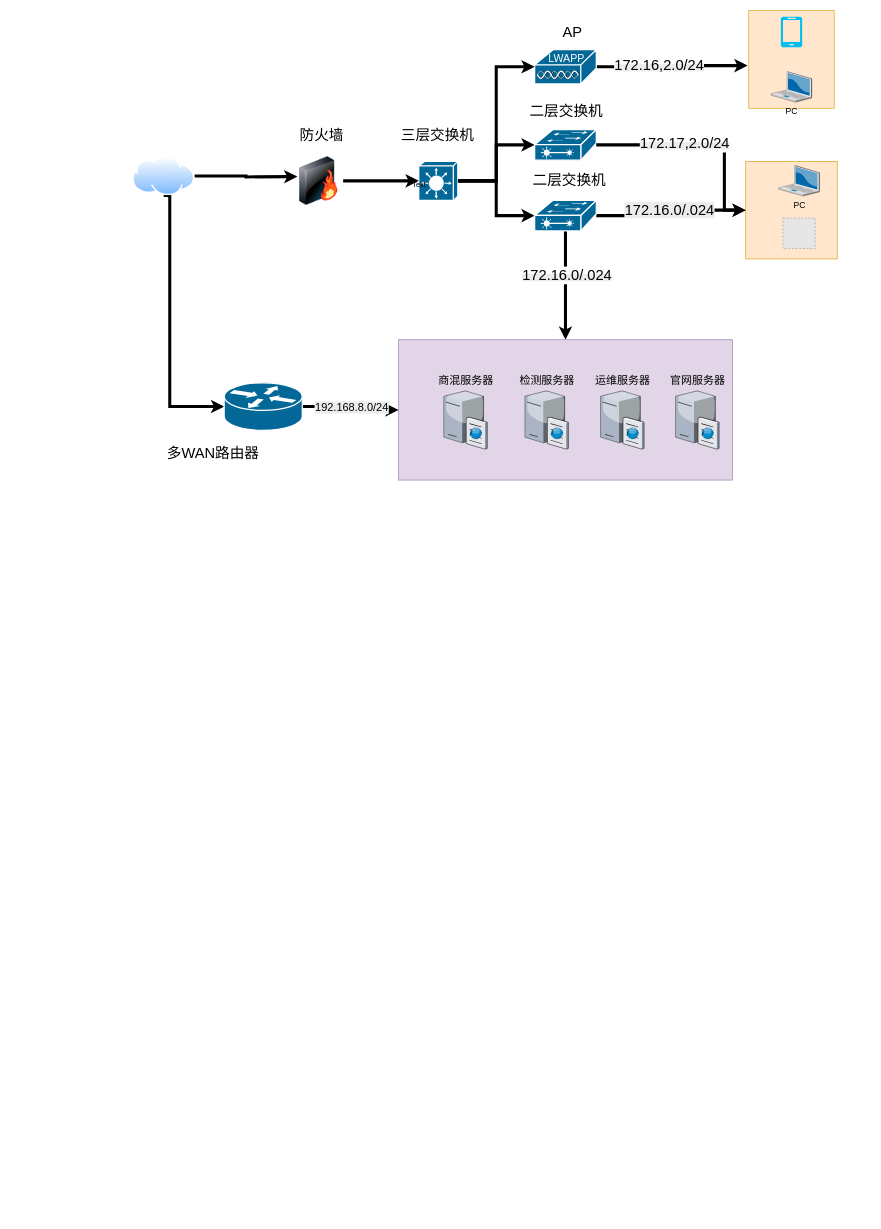
Above: 未命名绘图.drawio in NewStart2019/cardiac-segmentation (draw.io), before the change. Source tidied: cells renumbered, new cells numbered last; positions are measured from the earlier drawing's top-left corner, leaving out a move shared by most shapes. Both pictures are drawn from the tidied source at 61%, with x=0, y=0 at pixel (132, 10). Pictures stored in the file or linked from it are replaced by grey dashed boxes.
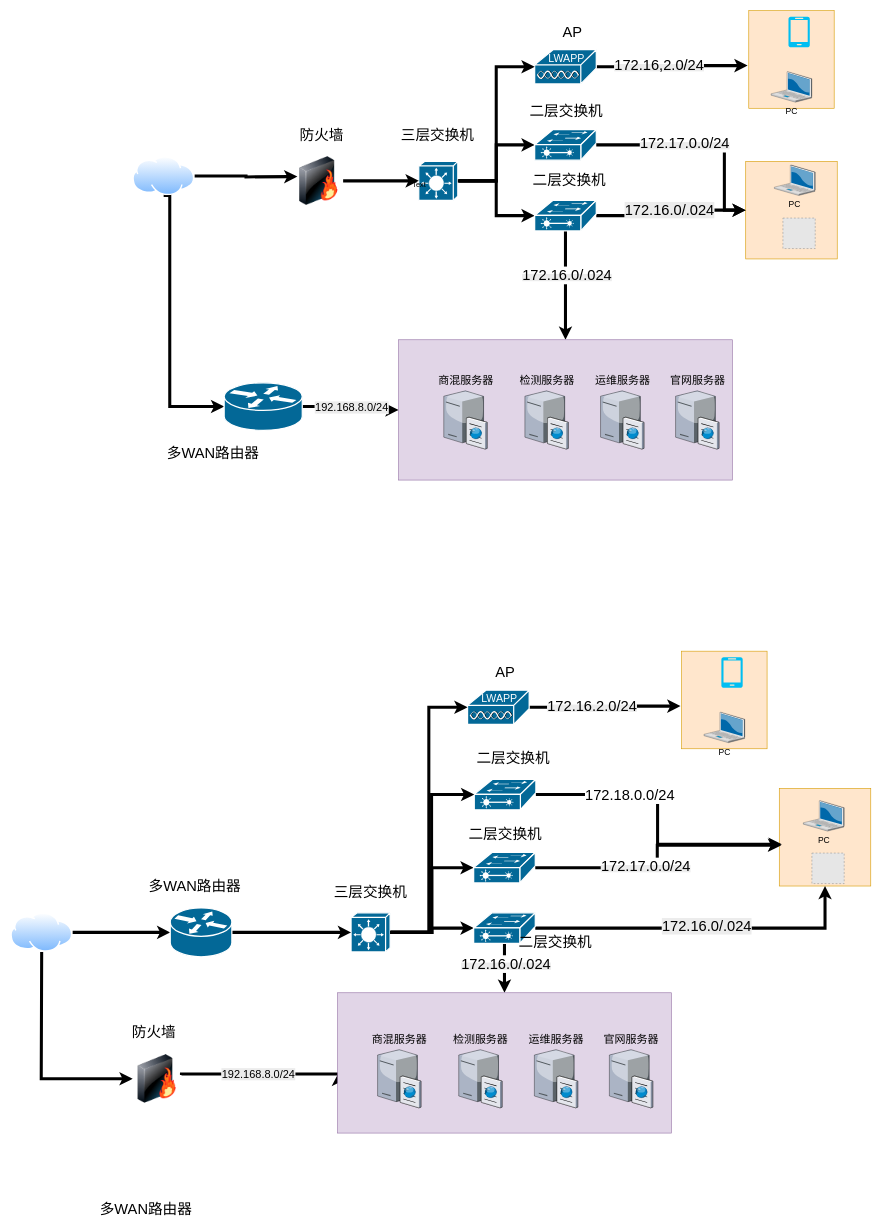
Above is the later version.

Unchanged cells that the change refers to:
```xml
<mxCell id="41" style="edgeStyle=orthogonalEdgeStyle;rounded=0;jettySize=auto;html=1;entryX=0;entryY=0.5;entryDx=0;entryDy=0;strokeWidth=5;" parent="1" edge="1" source="15" target="8">
  <mxGeometry relative="1" as="geometry">
    <Array as="points">
      <mxPoint x="970" y="220" />
      <mxPoint x="970" y="327" />
    </Array>
  </mxGeometry>
</mxCell>
```

Change to the diagram source:
```diff
@@
     <mxCell id="20" value="PC" style="verticalLabelPosition=bottom;html=1;verticalAlign=top;strokeColor=none;shape=mxgraph.citrix.laptop_2;fillColor=#66B2FF;gradientColor=#0066CC;fontSize=14;" parent="1" vertex="1">
-      <mxGeometry x="1059" y="254" width="67" height="50" as="geometry" />
+      <mxGeometry x="1051.9" y="253" width="67" height="50" as="geometry" />
     </mxCell>
@@
     <mxCell id="25" style="verticalLabelPosition=bottom;html=1;verticalAlign=top;align=center;strokeColor=none;fillColor=#00BEF2;shape=mxgraph.azure.mobile;fontSize=18;" parent="1" vertex="1">
-      <mxGeometry x="1062.5" y="10" width="35" height="50" as="geometry" />
+      <mxGeometry x="1075" y="10" width="35" height="50" as="geometry" />
     </mxCell>
@@
-    <mxCell id="42" value="&lt;span style=&quot;white-space: normal; background-color: rgb(236, 236, 236);&quot;&gt;&lt;font style=&quot;font-size: 24px;&quot;&gt;172.17,2.0/24&lt;/font&gt;&lt;/span&gt;" style="edgeLabel;html=1;align=center;verticalAlign=middle;" parent="41" vertex="1">
+    <mxCell id="42" value="&lt;span style=&quot;white-space: normal; background-color: rgb(236, 236, 236);&quot;&gt;&lt;font style=&quot;font-size: 24px;&quot;&gt;172.17.0.0/24&lt;/font&gt;&lt;/span&gt;" style="edgeLabel;html=1;align=center;verticalAlign=middle;" parent="41" vertex="1">
       <mxGeometry x="-0.18" y="3" relative="1" as="geometry" />
     </mxCell>
+    <mxCell id="43" style="edgeStyle=orthogonalEdgeStyle;rounded=0;jettySize=auto;html=1;strokeWidth=5;entryX=0;entryY=0.5;entryDx=0;entryDy=0;exitX=0.5;exitY=1;exitDx=0;exitDy=0;" parent="1" edge="1" source="44" target="50">
+      <mxGeometry relative="1" as="geometry">
+        <Array as="points">
+          <mxPoint x="-149.2" y="1549.1" />
+          <mxPoint x="-149.9" y="1870" />
+        </Array>
+      </mxGeometry>
+    </mxCell>
+    <mxCell id="44" style="perimeter=ellipsePerimeter;html=1;align=center;shadow=0;dashed=0;spacingTop=3;image;image=img/lib/active_directory/internet_cloud.svg;fontSize=18;" parent="1" vertex="1">
+      <mxGeometry x="-200" y="1479" width="101.6" height="64" as="geometry" />
+    </mxCell>
+    <mxCell id="45" style="edgeStyle=orthogonalEdgeStyle;rounded=0;jettySize=auto;html=1;entryX=-0.014;entryY=0.563;entryDx=0;entryDy=0;strokeWidth=5;exitX=1;exitY=0.5;exitDx=0;exitDy=0;exitPerimeter=0;entryPerimeter=0;" parent="1" edge="1" source="76" target="63">
+      <mxGeometry relative="1" as="geometry" />
+    </mxCell>
+    <mxCell id="46" value="&lt;span style=&quot;white-space: normal; background-color: rgb(236, 236, 236);&quot;&gt;&lt;font style=&quot;font-size: 24px;&quot;&gt;172.16.2.0/24&lt;/font&gt;&lt;/span&gt;" style="edgeLabel;html=1;align=center;verticalAlign=middle;" parent="45" vertex="1">
+      <mxGeometry x="-0.18" y="3" relative="1" as="geometry" />
+    </mxCell>
+    <mxCell id="47" style="edgeStyle=orthogonalEdgeStyle;rounded=0;jettySize=auto;html=1;strokeWidth=5;entryX=0;entryY=0.5;entryDx=0;entryDy=0;entryPerimeter=0;" parent="1" edge="1" source="44" target="69">
+      <mxGeometry relative="1" as="geometry">
+        <Array as="points">
+          <mxPoint x="30" y="1511" />
+          <mxPoint x="30" y="1511" />
+        </Array>
+      </mxGeometry>
+    </mxCell>
+    <mxCell id="48" value="&lt;span style=&quot;font-size: 24px;&quot;&gt;防火墙&lt;/span&gt;" style="text;html=1;whiteSpace=wrap;strokeColor=none;fillColor=none;align=center;verticalAlign=middle;rounded=0;" parent="1" vertex="1">
+      <mxGeometry x="-10" y="1660" width="90" height="30" as="geometry" />
+    </mxCell>
+    <mxCell id="49" style="whiteSpace=wrap;html=1;fillColor=#ffe6cc;strokeColor=#d79b00;" parent="1" vertex="1">
+      <mxGeometry x="1060" y="1275" width="150" height="160" as="geometry" />
+    </mxCell>
+    <mxCell id="50" style="image;html=1;image=img/lib/clip_art/networking/Firewall-page1_128x128.png;" parent="1" vertex="1">
+      <mxGeometry y="1711" width="80" height="80" as="geometry" />
+    </mxCell>
+    <mxCell id="51" style="edgeStyle=orthogonalEdgeStyle;rounded=0;jettySize=auto;html=1;entryX=0;entryY=0.5;entryDx=0;entryDy=0;entryPerimeter=0;strokeWidth=5;" parent="1" edge="1" source="53" target="56">
+      <mxGeometry relative="1" as="geometry" />
+    </mxCell>
+    <mxCell id="52" style="edgeStyle=orthogonalEdgeStyle;rounded=0;jettySize=auto;html=1;strokeWidth=5;" parent="1" edge="1" source="53" target="59">
+      <mxGeometry relative="1" as="geometry" />
+    </mxCell>
+    <mxCell id="53" style="strokeColor=#ffffff;sketch=0;html=1;dashed=0;fillColor=#036897;strokeWidth=2;verticalLabelPosition=bottom;verticalAlign=top;align=center;outlineConnect=0;shape=mxgraph.cisco.switches.layer_3_switch;" parent="1" vertex="1">
+      <mxGeometry x="358" y="1479" width="64" height="64" as="geometry" />
+    </mxCell>
+    <mxCell id="54" style="edgeStyle=orthogonalEdgeStyle;rounded=0;jettySize=auto;html=1;strokeWidth=5;" parent="1" edge="1" source="59" target="49">
+      <mxGeometry relative="1" as="geometry" />
+    </mxCell>
+    <mxCell id="55" value="&lt;span style=&quot;font-size: 24px; white-space: normal; background-color: rgb(236, 236, 236);&quot;&gt;172.16.0/.024&lt;/span&gt;" style="edgeLabel;html=1;align=center;verticalAlign=middle;" parent="54" vertex="1">
+      <mxGeometry x="0.03" y="3" relative="1" as="geometry" />
+    </mxCell>
+    <mxCell id="56" style="strokeColor=#ffffff;sketch=0;html=1;dashed=0;fillColor=#036897;strokeWidth=2;verticalLabelPosition=bottom;verticalAlign=top;align=center;outlineConnect=0;shape=mxgraph.cisco.switches.layer_2_remote_switch;" parent="1" vertex="1">
+      <mxGeometry x="559" y="1380" width="101" height="50" as="geometry" />
+    </mxCell>
+    <mxCell id="57" style="edgeStyle=orthogonalEdgeStyle;rounded=0;jettySize=auto;html=1;strokeWidth=5;" parent="1" edge="1" source="59" target="70">
+      <mxGeometry relative="1" as="geometry" />
+    </mxCell>
+    <mxCell id="58" value="&lt;span style=&quot;white-space: normal; background-color: rgb(236, 236, 236);&quot;&gt;&lt;font style=&quot;font-size: 24px;&quot;&gt;172.16.0/.024&lt;/font&gt;&lt;/span&gt;" style="edgeLabel;html=1;align=center;verticalAlign=middle;" parent="57" vertex="1">
+      <mxGeometry x="-0.19" y="2" relative="1" as="geometry" />
+    </mxCell>
+    <mxCell id="59" style="strokeColor=#ffffff;sketch=0;html=1;dashed=0;fillColor=#036897;strokeWidth=2;verticalLabelPosition=bottom;verticalAlign=top;align=center;outlineConnect=0;shape=mxgraph.cisco.switches.layer_2_remote_switch;" parent="1" vertex="1">
+      <mxGeometry x="559" y="1479" width="101" height="50" as="geometry" />
+    </mxCell>
+    <mxCell id="60" style="edgeStyle=orthogonalEdgeStyle;rounded=0;jettySize=auto;html=1;entryX=0;entryY=0.5;entryDx=0;entryDy=0;entryPerimeter=0;strokeWidth=5;" parent="1" edge="1" source="69" target="53">
+      <mxGeometry relative="1" as="geometry" />
+    </mxCell>
+    <mxCell id="61" value="&lt;font style=&quot;font-size: 24px;&quot;&gt;三层交换机&lt;/font&gt;" style="text;html=1;whiteSpace=wrap;strokeColor=none;fillColor=none;align=center;verticalAlign=middle;rounded=0;" parent="1" vertex="1">
+      <mxGeometry x="320" y="1430" width="140" height="30" as="geometry" />
+    </mxCell>
+    <mxCell id="62" value="&lt;font style=&quot;font-size: 24px;&quot;&gt;二层交换机&lt;/font&gt;" style="text;html=1;whiteSpace=wrap;strokeColor=none;fillColor=none;align=center;verticalAlign=middle;rounded=0;" parent="1" vertex="1">
+      <mxGeometry x="546.5" y="1335" width="128" height="30" as="geometry" />
+    </mxCell>
+    <mxCell id="63" style="whiteSpace=wrap;html=1;fillColor=#ffe6cc;strokeColor=#d79b00;" parent="1" vertex="1">
+      <mxGeometry x="900" y="1050" width="140" height="160" as="geometry" />
+    </mxCell>
+    <mxCell id="64" style="fillColor=#E6E6E6;strokeColor=#999999;dashed=1;html=1;verticalAlign=top;verticalLabelPosition=bottom;labelBackgroundColor=#ffffff;" parent="1" vertex="1">
+      <mxGeometry x="1113.5" y="1381" width="52.9" height="50" as="geometry" />
+    </mxCell>
+    <mxCell id="65" style="verticalLabelPosition=bottom;html=1;verticalAlign=top;align=center;strokeColor=none;fillColor=#00BEF2;shape=mxgraph.azure.mobile;fontSize=18;" parent="1" vertex="1">
+      <mxGeometry x="965" y="1060" width="35" height="50" as="geometry" />
+    </mxCell>
+    <mxCell id="66" value="&lt;font style=&quot;font-size: 24px;&quot;&gt;二层交换机&lt;/font&gt;" style="text;html=1;whiteSpace=wrap;strokeColor=none;fillColor=none;align=center;verticalAlign=middle;rounded=0;" parent="1" vertex="1">
+      <mxGeometry x="628.5" y="1513" width="128" height="30" as="geometry" />
+    </mxCell>
+    <mxCell id="67" style="edgeStyle=orthogonalEdgeStyle;rounded=0;jettySize=auto;html=1;strokeWidth=5;entryX=0.003;entryY=0.57;entryDx=0;entryDy=0;entryPerimeter=0;exitX=1;exitY=0.424;exitDx=0;exitDy=0;exitPerimeter=0;" parent="1" edge="1" source="50" target="70">
+      <mxGeometry relative="1" as="geometry">
+        <Array as="points">
+          <mxPoint x="80.1" y="1743.1" />
+          <mxPoint x="337.6" y="1743.1" />
+        </Array>
+      </mxGeometry>
+    </mxCell>
+    <mxCell id="68" value="&lt;span style=&quot;font-size: 18px; white-space: normal; background-color: rgb(236, 236, 236);&quot;&gt;192.168.8.0/24&lt;/span&gt;" style="edgeLabel;html=1;align=center;verticalAlign=middle;" parent="67" vertex="1">
+      <mxGeometry x="-0.03" y="1" relative="1" as="geometry">
+        <mxPoint y="1" as="offset" />
+      </mxGeometry>
+    </mxCell>
+    <mxCell id="69" style="strokeColor=#ffffff;sketch=0;html=1;dashed=0;fillColor=#036897;strokeWidth=2;verticalLabelPosition=bottom;verticalAlign=top;align=center;outlineConnect=0;shape=mxgraph.cisco.routers.router;" parent="1" vertex="1">
+      <mxGeometry x="61.6" y="1471" width="101" height="80" as="geometry" />
+    </mxCell>
+    <mxCell id="70" style="whiteSpace=wrap;html=1;fillColor=#e1d5e7;strokeColor=#9673a6;" parent="1" vertex="1">
+      <mxGeometry x="336" y="1610" width="547" height="230" as="geometry" />
+    </mxCell>
+    <mxCell id="71" value="&lt;font style=&quot;font-size: 24px;&quot;&gt;多WAN路由器&lt;/font&gt;" style="text;html=1;whiteSpace=wrap;strokeColor=none;fillColor=none;align=center;verticalAlign=middle;rounded=0;" parent="1" vertex="1">
+      <mxGeometry x="-58.4" y="1950" width="160" height="30" as="geometry" />
+    </mxCell>
+    <mxCell id="72" value="&lt;font style=&quot;font-size: 18px&quot;&gt;商混服务器&lt;/font&gt;" style="verticalLabelPosition=top;html=1;verticalAlign=bottom;strokeColor=none;shape=mxgraph.citrix.cache_server;fillColor=#66B2FF;gradientColor=#0066CC;fontSize=14;labelPosition=center;align=center;" parent="1" vertex="1">
+      <mxGeometry x="401.5" y="1701" width="71" height="97.5" as="geometry" />
+    </mxCell>
+    <mxCell id="73" value="&lt;font style=&quot;font-size: 18px&quot;&gt;检测服务器&lt;/font&gt;" style="verticalLabelPosition=top;html=1;verticalAlign=bottom;strokeColor=none;shape=mxgraph.citrix.cache_server;fillColor=#66B2FF;gradientColor=#0066CC;fontSize=14;labelPosition=center;align=center;" parent="1" vertex="1">
+      <mxGeometry x="534.5" y="1701" width="71" height="97.5" as="geometry" />
+    </mxCell>
+    <mxCell id="74" value="&lt;font style=&quot;font-size: 18px&quot;&gt;运维服务器&lt;/font&gt;" style="verticalLabelPosition=top;html=1;verticalAlign=bottom;strokeColor=none;shape=mxgraph.citrix.cache_server;fillColor=#66B2FF;gradientColor=#0066CC;fontSize=14;labelPosition=center;align=center;" parent="1" vertex="1">
+      <mxGeometry x="658.5" y="1701" width="71" height="97.5" as="geometry" />
+    </mxCell>
+    <mxCell id="75" value="&lt;font style=&quot;font-size: 18px&quot;&gt;官网服务器&lt;/font&gt;" style="verticalLabelPosition=top;html=1;verticalAlign=bottom;strokeColor=none;shape=mxgraph.citrix.cache_server;fillColor=#66B2FF;gradientColor=#0066CC;fontSize=14;labelPosition=center;align=center;" parent="1" vertex="1">
+      <mxGeometry x="781.5" y="1701" width="71" height="97.5" as="geometry" />
+    </mxCell>
+    <mxCell id="76" style="sketch=0;html=1;dashed=0;fillColor=#036897;strokeColor=#ffffff;strokeWidth=2;verticalLabelPosition=bottom;verticalAlign=top;align=center;outlineConnect=0;shape=mxgraph.cisco.misc.lightweight_ap;" parent="1" vertex="1">
+      <mxGeometry x="549" y="1114" width="101" height="56" as="geometry" />
+    </mxCell>
+    <mxCell id="77" style="edgeStyle=orthogonalEdgeStyle;rounded=0;jettySize=auto;html=1;entryX=0;entryY=0.5;entryDx=0;entryDy=0;entryPerimeter=0;strokeWidth=5;" parent="1" edge="1" source="53" target="76">
+      <mxGeometry relative="1" as="geometry" />
+    </mxCell>
+    <mxCell id="78" value="PC" style="verticalLabelPosition=bottom;html=1;verticalAlign=top;strokeColor=none;shape=mxgraph.citrix.laptop_2;fillColor=#66B2FF;gradientColor=#0066CC;fontSize=14;" parent="1" vertex="1">
+      <mxGeometry x="936.5" y="1150" width="67" height="50" as="geometry" />
+    </mxCell>
+    <mxCell id="79" value="&lt;font style=&quot;font-size: 24px;&quot;&gt;AP&lt;/font&gt;" style="text;html=1;whiteSpace=wrap;strokeColor=none;fillColor=none;align=center;verticalAlign=middle;rounded=0;" parent="1" vertex="1">
+      <mxGeometry x="581" y="1070" width="60" height="30" as="geometry" />
+    </mxCell>
+    <mxCell id="80" style="edgeStyle=orthogonalEdgeStyle;rounded=0;jettySize=auto;html=1;strokeWidth=5;exitX=1;exitY=0.5;exitDx=0;exitDy=0;exitPerimeter=0;entryX=0.021;entryY=0.583;entryDx=0;entryDy=0;entryPerimeter=0;" parent="1" edge="1" source="56" target="49">
+      <mxGeometry relative="1" as="geometry">
+        <Array as="points">
+          <mxPoint x="860" y="1404.9" />
+          <mxPoint x="860" y="1368.3" />
+        </Array>
+      </mxGeometry>
+    </mxCell>
+    <mxCell id="81" value="&lt;span style=&quot;white-space: normal; background-color: rgb(236, 236, 236);&quot;&gt;&lt;font style=&quot;font-size: 24px;&quot;&gt;172.17.0.0/24&lt;/font&gt;&lt;/span&gt;" style="edgeLabel;html=1;align=center;verticalAlign=middle;" parent="80" vertex="1">
+      <mxGeometry x="-0.18" y="3" relative="1" as="geometry" />
+    </mxCell>
+    <mxCell id="82" style="strokeColor=#ffffff;sketch=0;html=1;dashed=0;fillColor=#036897;strokeWidth=2;verticalLabelPosition=bottom;verticalAlign=top;align=center;outlineConnect=0;shape=mxgraph.cisco.switches.layer_2_remote_switch;" parent="1" vertex="1">
+      <mxGeometry x="560" y="1260" width="101" height="50" as="geometry" />
+    </mxCell>
+    <mxCell id="83" value="&lt;font style=&quot;font-size: 24px;&quot;&gt;二层交换机&lt;/font&gt;" style="text;html=1;whiteSpace=wrap;strokeColor=none;fillColor=none;align=center;verticalAlign=middle;rounded=0;" parent="1" vertex="1">
+      <mxGeometry x="560" y="1210" width="128" height="30" as="geometry" />
+    </mxCell>
+    <mxCell id="84" style="edgeStyle=orthogonalEdgeStyle;rounded=0;jettySize=auto;html=1;strokeWidth=5;entryX=0;entryY=0.5;entryDx=0;entryDy=0;entryPerimeter=0;exitX=1;exitY=0.5;exitDx=0;exitDy=0;exitPerimeter=0;" parent="1" edge="1" source="53" target="82">
+      <mxGeometry relative="1" as="geometry">
+        <Array as="points">
+          <mxPoint x="490" y="1511.1" />
+          <mxPoint x="490" y="1284.9" />
+        </Array>
+      </mxGeometry>
+    </mxCell>
+    <mxCell id="85" value="PC" style="verticalLabelPosition=bottom;html=1;verticalAlign=top;strokeColor=none;shape=mxgraph.citrix.laptop_2;fillColor=#66B2FF;gradientColor=#0066CC;fontSize=14;" parent="1" vertex="1">
+      <mxGeometry x="1099.4" y="1295" width="67" height="50" as="geometry" />
+    </mxCell>
+    <mxCell id="86" style="edgeStyle=orthogonalEdgeStyle;rounded=0;jettySize=auto;html=1;entryX=0.028;entryY=0.571;entryDx=0;entryDy=0;entryPerimeter=0;strokeWidth=5;" parent="1" edge="1" source="82" target="49">
+      <mxGeometry relative="1" as="geometry" />
+    </mxCell>
+    <mxCell id="87" value="&lt;font style=&quot;font-size: 24px;&quot;&gt;172.18.0.0/24&lt;/font&gt;" style="edgeLabel;html=1;align=center;verticalAlign=middle;" parent="86" vertex="1">
+      <mxGeometry x="-0.37" relative="1" as="geometry" />
+    </mxCell>
+    <mxCell id="88" value="&lt;font style=&quot;font-size: 24px;&quot;&gt;多WAN路由器&lt;/font&gt;" style="text;html=1;whiteSpace=wrap;strokeColor=none;fillColor=none;align=center;verticalAlign=middle;rounded=0;" parent="1" vertex="1">
+      <mxGeometry x="22.1" y="1420" width="160" height="30" as="geometry" />
+    </mxCell>
```
